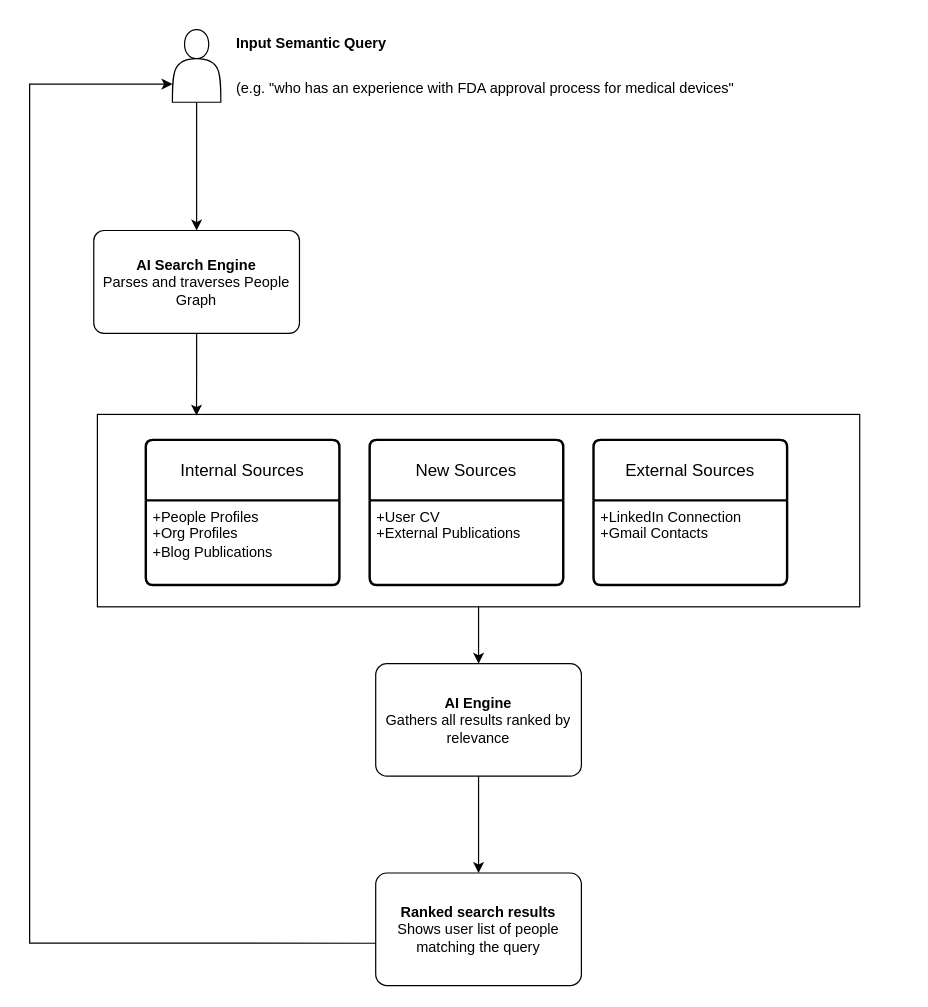
Before: Networking Data Flow.drawio in merid-berhe/draw.io, a draw.io diagram. Source tidied: cells renumbered, new cells numbered last; positions are measured from the earlier drawing's top-left corner, leaving out a move shared by most shapes. Both pictures are drawn from the tidied source at 121%, with x=0, y=0 at pixel (29, 21).
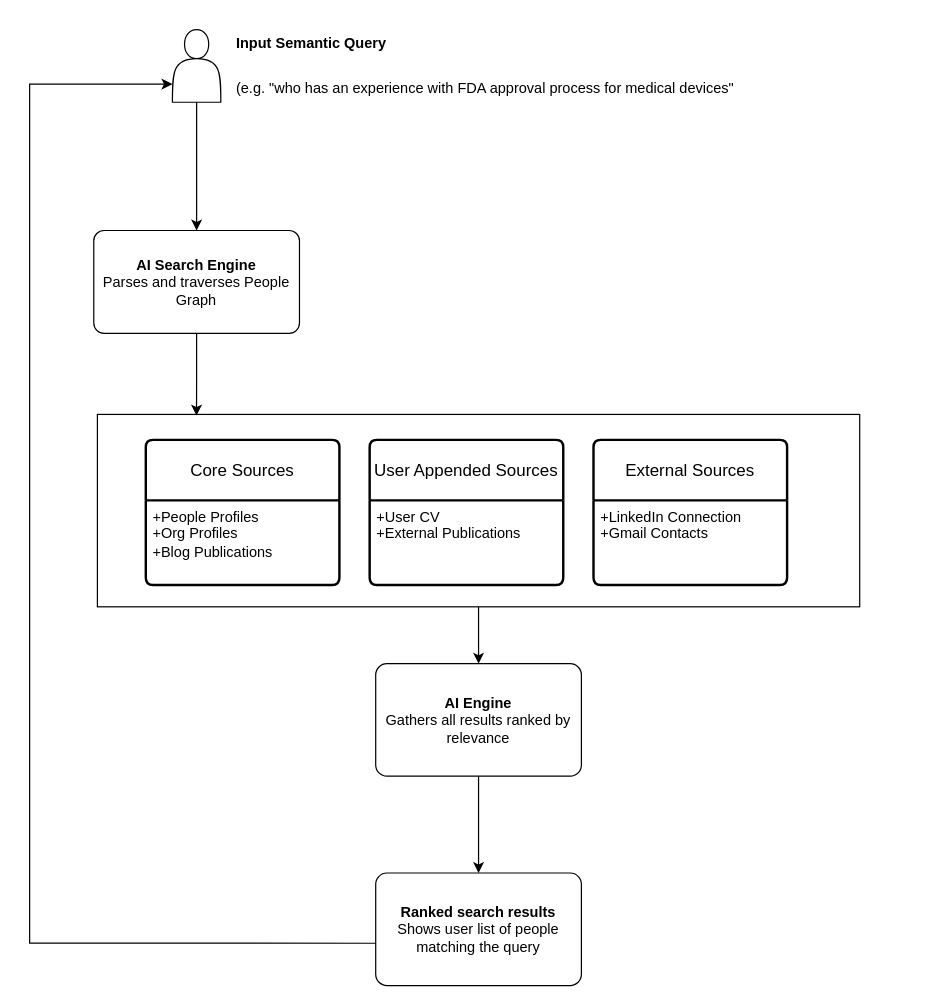
After the change.

Change to the diagram source:
```diff
@@
-    <mxCell id="8" value="Internal Sources" style="swimlane;horizontal=1;startSize=50;rounded=1;fontSize=14;fontStyle=0;strokeWidth=2;shadow=0;dashed=0;align=center;arcSize=4;whiteSpace=wrap;html=1;" parent="1" vertex="1">
+    <mxCell id="8" value="Core Sources" style="swimlane;horizontal=1;startSize=50;rounded=1;fontSize=14;fontStyle=0;strokeWidth=2;shadow=0;dashed=0;align=center;arcSize=4;whiteSpace=wrap;html=1;" parent="1" vertex="1">
       <mxGeometry x="96" y="346" width="160" height="120" as="geometry" />
     </mxCell>
@@
-    <mxCell id="10" value="New Sources" style="swimlane;horizontal=1;startSize=50;rounded=1;fontSize=14;fontStyle=0;strokeWidth=2;shadow=0;dashed=0;align=center;arcSize=4;whiteSpace=wrap;html=1;" parent="1" vertex="1">
+    <mxCell id="10" value="User Appended Sources" style="swimlane;horizontal=1;startSize=50;rounded=1;fontSize=14;fontStyle=0;strokeWidth=2;shadow=0;dashed=0;align=center;arcSize=4;whiteSpace=wrap;html=1;" parent="1" vertex="1">
       <mxGeometry x="281" y="346" width="160" height="120" as="geometry" />
     </mxCell>
```
